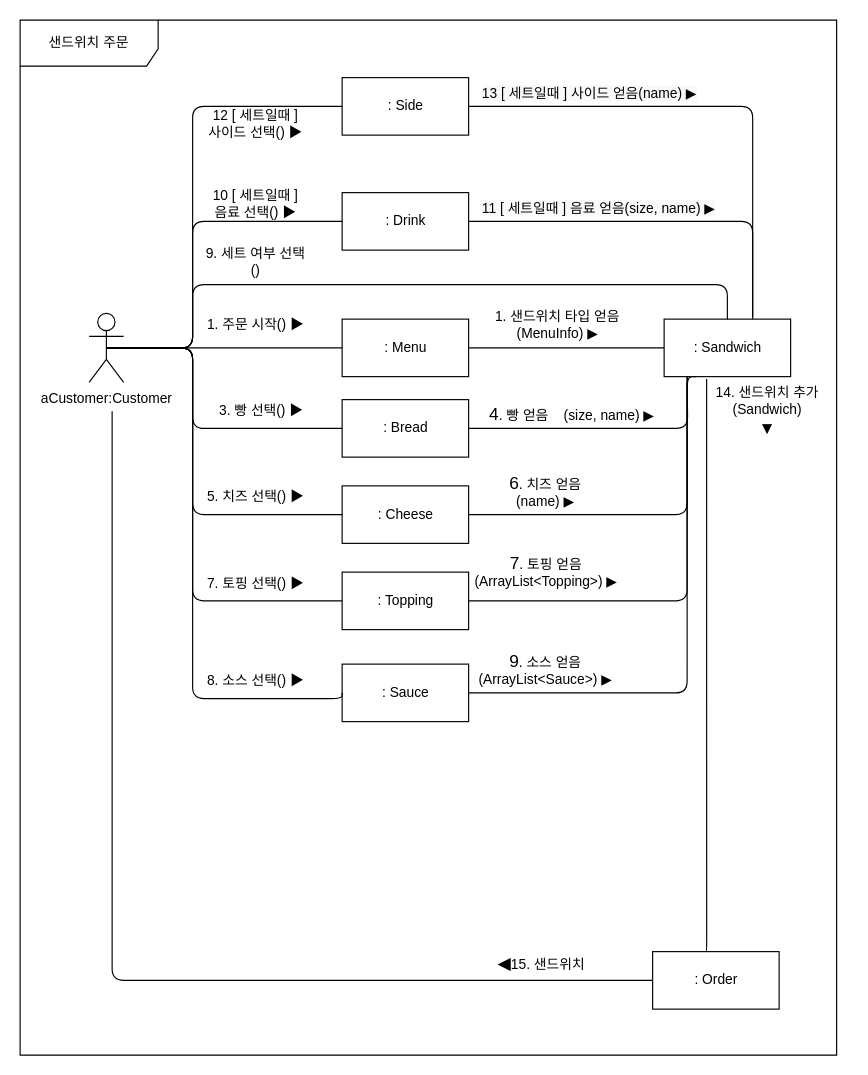
Above: 상세명세서/Behavioral Model/communication diagram/select sandwich2.drawio in distroytest/KNUSD-20202-Team05 (draw.io), before the change. Source tidied: cells renumbered, new cells numbered last; positions are measured from the earlier drawing's top-left corner, leaving out a move shared by most shapes. Both pictures are drawn from the tidied source at 115%, with x=0, y=0 at pixel (20, 20).
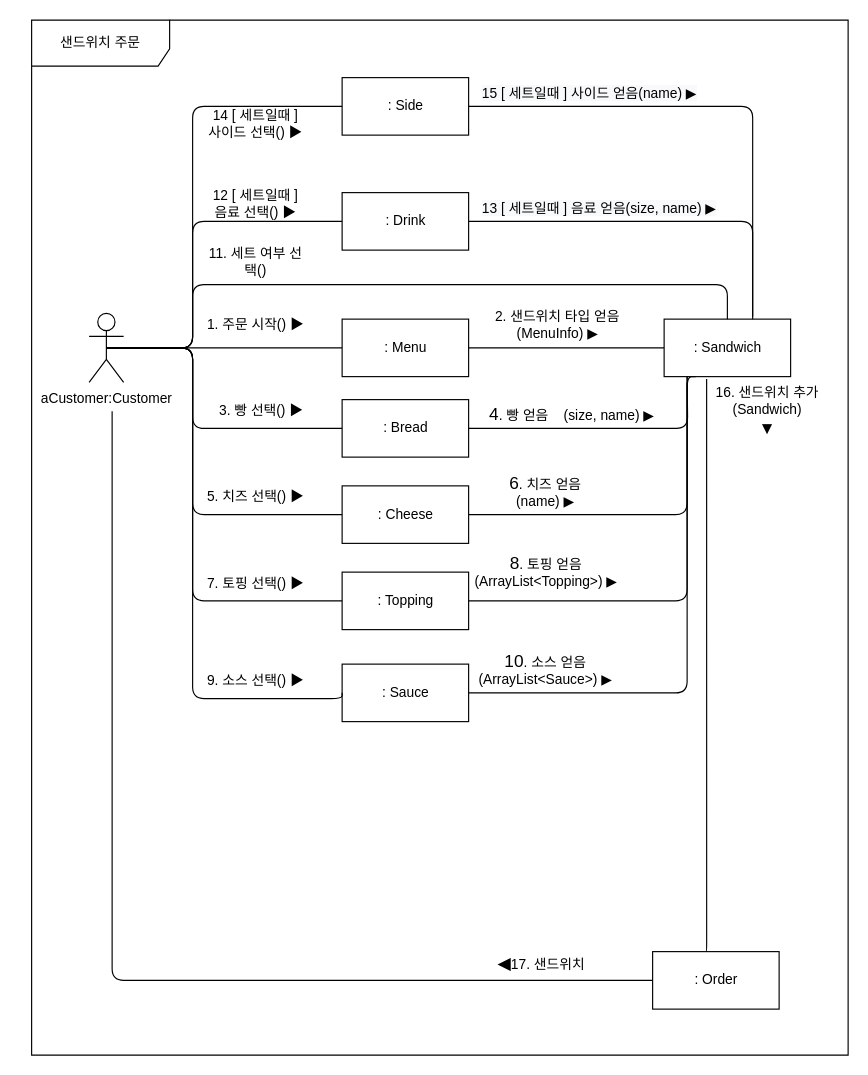
The same page after the edit.

Diff of the diagram source:
```diff
@@
-    <mxCell id="9" value="&lt;span style=&quot;font-size: 15px ; background-color: rgb(255 , 255 , 255)&quot;&gt;7&lt;/span&gt;. 토핑 얻음(ArrayList&amp;lt;Topping&amp;gt;) ▶" style="text;html=1;strokeColor=none;fillColor=none;align=center;verticalAlign=middle;whiteSpace=wrap;rounded=0;" parent="1" vertex="1">
+    <mxCell id="9" value="&lt;span style=&quot;font-size: 15px ; background-color: rgb(255 , 255 , 255)&quot;&gt;8&lt;/span&gt;. 토핑 얻음(ArrayList&amp;lt;Topping&amp;gt;) ▶" style="text;html=1;strokeColor=none;fillColor=none;align=center;verticalAlign=middle;whiteSpace=wrap;rounded=0;" parent="1" vertex="1">
       <mxGeometry x="391" y="470" width="132.5" height="20" as="geometry" />
     </mxCell>
-    <mxCell id="10" value="&lt;span style=&quot;font-size: 15px ; background-color: rgb(255 , 255 , 255)&quot;&gt;9&lt;/span&gt;. 소스 얻음(ArrayList&amp;lt;Sauce&amp;gt;)&amp;nbsp;▶" style="text;html=1;strokeColor=none;fillColor=none;align=center;verticalAlign=middle;whiteSpace=wrap;rounded=0;" parent="1" vertex="1">
+    <mxCell id="10" value="&lt;span style=&quot;font-size: 15px ; background-color: rgb(255 , 255 , 255)&quot;&gt;10&lt;/span&gt;. 소스 얻음(ArrayList&amp;lt;Sauce&amp;gt;)&amp;nbsp;▶" style="text;html=1;strokeColor=none;fillColor=none;align=center;verticalAlign=middle;whiteSpace=wrap;rounded=0;" parent="1" vertex="1">
       <mxGeometry x="407.2" y="555" width="100" height="20" as="geometry" />
     </mxCell>
     <mxCell id="11" value="샌드위치 주문" style="shape=umlFrame;whiteSpace=wrap;html=1;width=120;height=40;" parent="1" vertex="1">
-      <mxGeometry width="710" height="900" as="geometry" />
+      <mxGeometry x="10" width="710" height="900" as="geometry" />
     </mxCell>
@@
-    <mxCell id="18" value="1. 샌드위치 타입 얻음(MenuInfo) ▶" style="text;html=1;strokeColor=none;fillColor=none;align=center;verticalAlign=middle;whiteSpace=wrap;rounded=0;" parent="1" vertex="1">
+    <mxCell id="18" value="2. 샌드위치 타입 얻음(MenuInfo) ▶" style="text;html=1;strokeColor=none;fillColor=none;align=center;verticalAlign=middle;whiteSpace=wrap;rounded=0;" parent="1" vertex="1">
       <mxGeometry x="400" y="255" width="135" height="20" as="geometry" />
     </mxCell>
@@
-    <mxCell id="33" value="8. 소스 선택() ▶" style="text;html=1;strokeColor=none;fillColor=none;align=center;verticalAlign=middle;whiteSpace=wrap;rounded=0;" parent="1" vertex="1">
+    <mxCell id="33" value="9. 소스 선택() ▶" style="text;html=1;strokeColor=none;fillColor=none;align=center;verticalAlign=middle;whiteSpace=wrap;rounded=0;" parent="1" vertex="1">
       <mxGeometry x="160" y="565" width="90" height="20" as="geometry" />
     </mxCell>
@@
-    <mxCell id="35" value="9. 세트 여부 선택()" style="text;html=1;strokeColor=none;fillColor=none;align=center;verticalAlign=middle;whiteSpace=wrap;rounded=0;" parent="1" vertex="1">
+    <mxCell id="35" value="11. 세트 여부 선택()" style="text;html=1;strokeColor=none;fillColor=none;align=center;verticalAlign=middle;whiteSpace=wrap;rounded=0;" parent="1" vertex="1">
       <mxGeometry x="160" y="200" width="90" height="20" as="geometry" />
     </mxCell>
@@
-    <mxCell id="40" value="10 [ 세트일때 ] 음료 선택() ▶" style="text;html=1;strokeColor=none;fillColor=none;align=center;verticalAlign=middle;whiteSpace=wrap;rounded=0;" parent="1" vertex="1">
+    <mxCell id="40" value="12 [ 세트일때 ] 음료 선택() ▶" style="text;html=1;strokeColor=none;fillColor=none;align=center;verticalAlign=middle;whiteSpace=wrap;rounded=0;" parent="1" vertex="1">
       <mxGeometry x="160" y="150" width="90" height="20" as="geometry" />
     </mxCell>
-    <mxCell id="41" value="12 [ 세트일때 ] 사이드 선택() ▶" style="text;html=1;strokeColor=none;fillColor=none;align=center;verticalAlign=middle;whiteSpace=wrap;rounded=0;" parent="1" vertex="1">
+    <mxCell id="41" value="14 [ 세트일때 ] 사이드 선택() ▶" style="text;html=1;strokeColor=none;fillColor=none;align=center;verticalAlign=middle;whiteSpace=wrap;rounded=0;" parent="1" vertex="1">
       <mxGeometry x="160" y="80" width="90" height="20" as="geometry" />
     </mxCell>
@@
-    <mxCell id="43" value="&lt;span style=&quot;color: rgb(0 , 0 , 0) ; font-family: &amp;#34;helvetica&amp;#34; ; font-size: 12px ; font-style: normal ; font-weight: 400 ; letter-spacing: normal ; text-align: center ; text-indent: 0px ; text-transform: none ; word-spacing: 0px ; background-color: rgb(248 , 249 , 250) ; display: inline ; float: none&quot;&gt;11 [ 세트일때 ] 음료 얻음(size, name) ▶&lt;/span&gt;" style="text;whiteSpace=wrap;html=1;" parent="1" vertex="1">
+    <mxCell id="43" value="&lt;span style=&quot;color: rgb(0 , 0 , 0) ; font-family: &amp;#34;helvetica&amp;#34; ; font-size: 12px ; font-style: normal ; font-weight: 400 ; letter-spacing: normal ; text-align: center ; text-indent: 0px ; text-transform: none ; word-spacing: 0px ; background-color: rgb(248 , 249 , 250) ; display: inline ; float: none&quot;&gt;13 [ 세트일때 ] 음료 얻음(size, name) ▶&lt;/span&gt;" style="text;whiteSpace=wrap;html=1;" parent="1" vertex="1">
       <mxGeometry x="400" y="150" width="230" height="30" as="geometry" />
     </mxCell>
-    <mxCell id="44" value="&lt;span style=&quot;color: rgb(0 , 0 , 0) ; font-family: &amp;#34;helvetica&amp;#34; ; font-size: 12px ; font-style: normal ; font-weight: 400 ; letter-spacing: normal ; text-align: center ; text-indent: 0px ; text-transform: none ; word-spacing: 0px ; background-color: rgb(248 , 249 , 250) ; display: inline ; float: none&quot;&gt;13 [ 세트일때 ] 사이드 얻음(name) ▶&lt;/span&gt;" style="text;whiteSpace=wrap;html=1;" parent="1" vertex="1">
+    <mxCell id="44" value="&lt;span style=&quot;color: rgb(0 , 0 , 0) ; font-family: &amp;#34;helvetica&amp;#34; ; font-size: 12px ; font-style: normal ; font-weight: 400 ; letter-spacing: normal ; text-align: center ; text-indent: 0px ; text-transform: none ; word-spacing: 0px ; background-color: rgb(248 , 249 , 250) ; display: inline ; float: none&quot;&gt;15 [ 세트일때 ] 사이드 얻음(name) ▶&lt;/span&gt;" style="text;whiteSpace=wrap;html=1;" parent="1" vertex="1">
       <mxGeometry x="400" y="50" width="212.8" height="30" as="geometry" />
     </mxCell>
-    <mxCell id="45" value="14. 샌드위치 추가(Sandwich)&lt;br&gt;&lt;span style=&quot;font-family: , sans-serif ; font-size: 15px ; background-color: rgb(255 , 255 , 255)&quot;&gt;▼&lt;/span&gt;" style="text;html=1;strokeColor=none;fillColor=none;align=center;verticalAlign=middle;whiteSpace=wrap;rounded=0;" parent="1" vertex="1">
+    <mxCell id="45" value="16. 샌드위치 추가(Sandwich)&lt;br&gt;&lt;span style=&quot;font-family: , sans-serif ; font-size: 15px ; background-color: rgb(255 , 255 , 255)&quot;&gt;▼&lt;/span&gt;" style="text;html=1;strokeColor=none;fillColor=none;align=center;verticalAlign=middle;whiteSpace=wrap;rounded=0;" parent="1" vertex="1">
       <mxGeometry x="600" y="330" width="100" height="20" as="geometry" />
     </mxCell>
-    <mxCell id="46" value="&lt;span style=&quot;font-family: , sans-serif ; font-size: 15px ; background-color: rgb(255 , 255 , 255)&quot;&gt;◀&lt;/span&gt;15. 샌드위치" style="text;html=1;strokeColor=none;fillColor=none;align=center;verticalAlign=middle;whiteSpace=wrap;rounded=0;" parent="1" vertex="1">
+    <mxCell id="46" value="&lt;span style=&quot;font-family: , sans-serif ; font-size: 15px ; background-color: rgb(255 , 255 , 255)&quot;&gt;◀&lt;/span&gt;17. 샌드위치" style="text;html=1;strokeColor=none;fillColor=none;align=center;verticalAlign=middle;whiteSpace=wrap;rounded=0;" parent="1" vertex="1">
       <mxGeometry x="407" y="810" width="93" height="20" as="geometry" />
     </mxCell>
```
